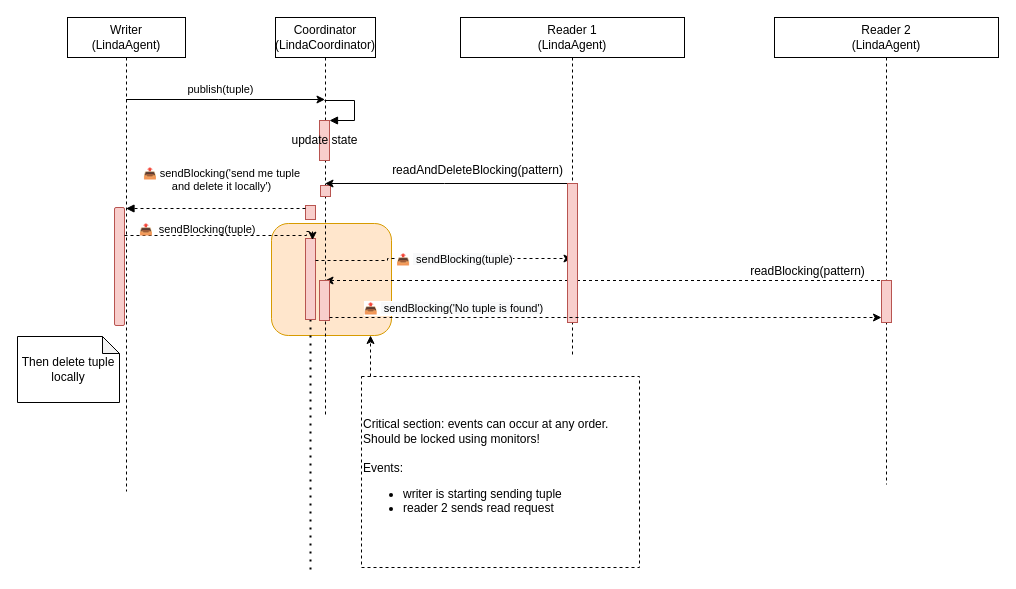
Before: page "Read VIP" (6 of 7) of images/diagram.drawio in pochka15/linda, a draw.io diagram. Source tidied: cells renumbered, new cells numbered last; positions are measured from the earlier drawing's top-left corner, leaving out a move shared by most shapes. Both pictures are drawn from the tidied source at 100%, with x=0, y=0 at pixel (17, 17).
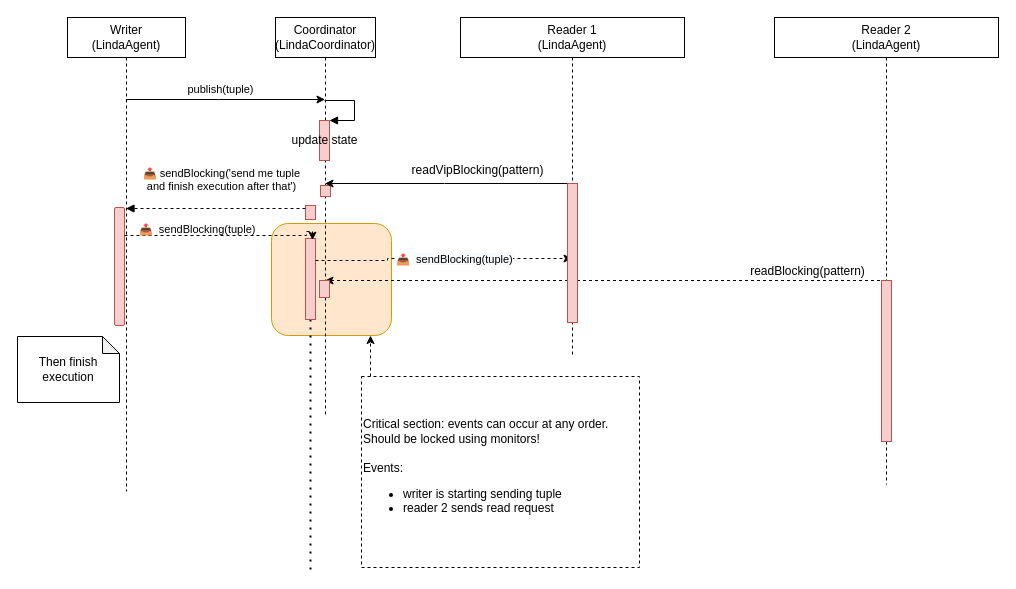
The same diagram, later.

Unchanged cells that the change refers to:
```xml
<mxCell id="5" value="Coordinator (LindaCoordinator)" style="shape=umlLifeline;perimeter=lifelinePerimeter;whiteSpace=wrap;html=1;outlineConnect=0;" parent="1" vertex="1">
  <mxGeometry x="258" width="100" height="400" as="geometry" />
</mxCell>
<mxCell id="8" style="html=1;points=[];perimeter=orthogonalPerimeter;fillColor=#f8cecc;strokeColor=#b85450;" parent="5" vertex="1">
  <mxGeometry x="30" y="188" width="10" height="14" as="geometry" />
</mxCell>
<mxCell id="15" value="Writer&lt;br&gt;(LindaAgent)" style="shape=umlLifeline;perimeter=lifelinePerimeter;whiteSpace=wrap;html=1;outlineConnect=0;" parent="1" vertex="1">
  <mxGeometry x="50" width="118" height="474" as="geometry" />
</mxCell>
<mxCell id="19" value="Reader 1&lt;br&gt;(LindaAgent)" style="shape=umlLifeline;perimeter=lifelinePerimeter;whiteSpace=wrap;html=1;outlineConnect=0;" parent="1" vertex="1">
  <mxGeometry x="443" width="224" height="340" as="geometry" />
</mxCell>
<mxCell id="22" value="Reader 2&lt;br&gt;(LindaAgent)" style="shape=umlLifeline;perimeter=lifelinePerimeter;whiteSpace=wrap;html=1;outlineConnect=0;" parent="1" vertex="1">
  <mxGeometry x="757" width="224" height="467" as="geometry" />
</mxCell>
```

What changed in the source:
```diff
@@
     <mxCell id="9" style="html=1;points=[];perimeter=orthogonalPerimeter;fillColor=#f8cecc;strokeColor=#b85450;" parent="5" vertex="1">
-      <mxGeometry x="44" y="263" width="10" height="40" as="geometry" />
+      <mxGeometry x="44" y="263" width="10" height="17" as="geometry" />
     </mxCell>
@@
-    <mxCell id="17" value="Then delete tuple locally" style="shape=note;whiteSpace=wrap;html=1;backgroundOutline=1;darkOpacity=0.05;size=17;" parent="15" vertex="1">
+    <mxCell id="17" value="Then finish execution" style="shape=note;whiteSpace=wrap;html=1;backgroundOutline=1;darkOpacity=0.05;size=17;" parent="15" vertex="1">
       <mxGeometry x="-50" y="319" width="102" height="66" as="geometry" />
     </mxCell>
-    <mxCell id="18" value="&lt;span style=&quot;font-size: 12px ; text-align: left&quot;&gt;readAndDeleteBlocking(pattern)&lt;/span&gt;" style="edgeStyle=orthogonalEdgeStyle;rounded=0;jettySize=auto;html=1;labelBackgroundColor=#FFFFFF;" parent="1" edge="1" source="19" target="5">
+    <mxCell id="18" value="&lt;span style=&quot;font-size: 12px ; text-align: left&quot;&gt;readVipBlocking(pattern)&lt;/span&gt;" style="edgeStyle=orthogonalEdgeStyle;rounded=0;jettySize=auto;html=1;labelBackgroundColor=#FFFFFF;" parent="1" edge="1" source="19" target="5">
       <mxGeometry x="-0.23" y="-13" relative="1" as="geometry">
         <Array as="points">
           <mxPoint x="427" y="166" />
           <mxPoint x="427" y="166" />
         </Array>
       </mxGeometry>
     </mxCell>
@@
     <mxCell id="23" style="html=1;points=[];perimeter=orthogonalPerimeter;fillColor=#f8cecc;strokeColor=#b85450;" parent="22" vertex="1">
-      <mxGeometry x="107" y="263" width="10" height="42" as="geometry" />
+      <mxGeometry x="107" y="263" width="10" height="161" as="geometry" />
     </mxCell>
-    <mxCell id="24" value="📤 sendBlocking('send me tuple&lt;br&gt;and delete it locally')" style="html=1;verticalAlign=bottom;endArrow=block;rounded=0;dashed=1;" parent="1" edge="1" source="8" target="15">
+    <mxCell id="24" value="📤 sendBlocking('send me tuple&lt;br&gt;and finish execution after that')" style="html=1;verticalAlign=bottom;endArrow=block;rounded=0;dashed=1;" parent="1" edge="1" source="8" target="15">
       <mxGeometry x="-0.06" y="-13" relative="1" as="geometry">
         <Array as="points">
           <mxPoint x="208" y="191" />
         </Array>
       </mxGeometry>
     </mxCell>
@@
-    <mxCell id="28" style="edgeStyle=orthogonalEdgeStyle;rounded=0;jettySize=auto;html=1;dashed=1;labelBackgroundColor=#FFFFFF;fontSize=12;fontColor=#000000;" parent="1" edge="1" source="9" target="23">
-      <mxGeometry relative="1" as="geometry">
-        <Array as="points">
-          <mxPoint x="461" y="300" />
-          <mxPoint x="461" y="300" />
-        </Array>
-      </mxGeometry>
-    </mxCell>
-    <mxCell id="29" value="&lt;span style=&quot;font-family: &amp;#34;helvetica&amp;#34; ; font-size: 11px&quot;&gt;📤&amp;nbsp;&lt;/span&gt;&lt;span style=&quot;text-align: left ; background-color: rgb(248 , 249 , 250) ; font-size: 11px ; font-family: &amp;#34;helvetica&amp;#34;&quot;&gt;&amp;nbsp;sendBlocking('No tuple is found')&lt;/span&gt;" style="edgeLabel;html=1;align=center;verticalAlign=middle;fontSize=12;fontColor=#000000;" parent="1" vertex="1">
-      <mxGeometry x="435" y="290" as="geometry" />
-    </mxCell>
```
